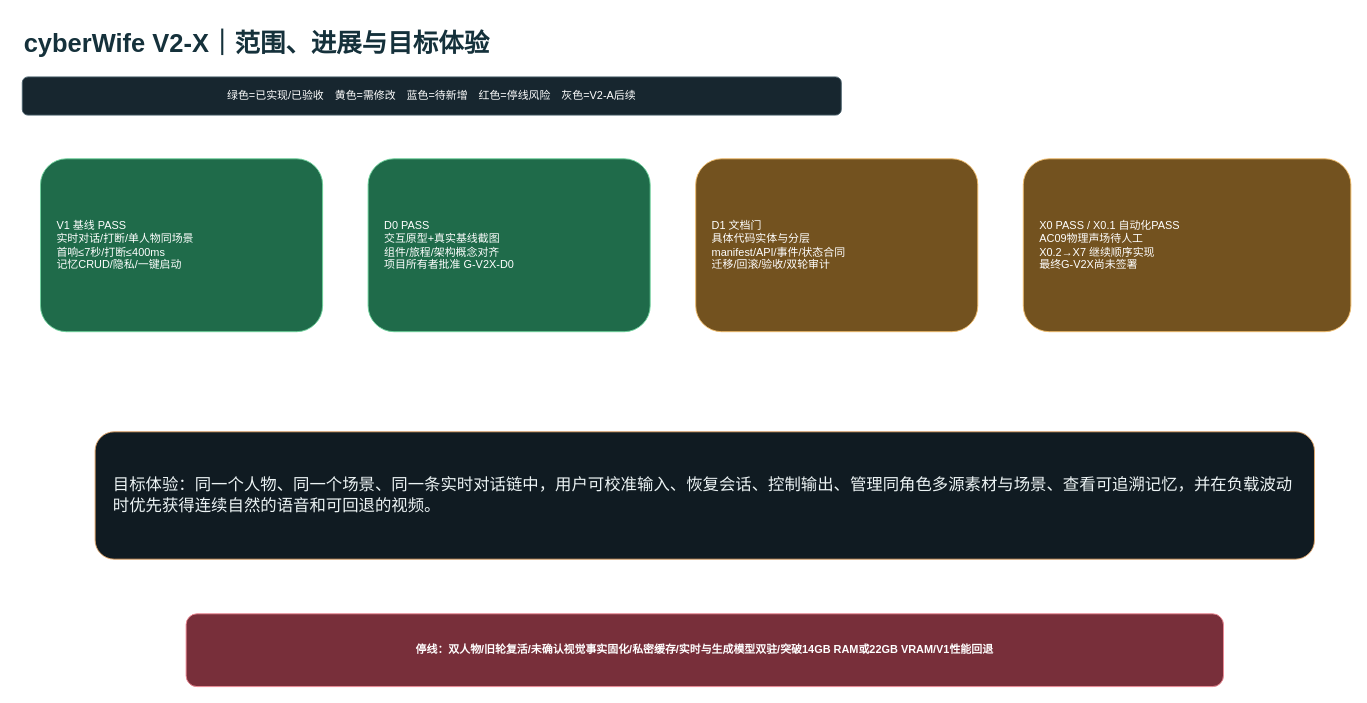
The draw.io diagram page "01-范围进展与目标体验" (1 of 8) of docs/architecture/v2-x-gap.drawio in ljx418/cyberWife, before the edit. Source tidied: cells renumbered, new cells numbered last; positions are measured from the earlier drawing's top-left corner, leaving out a move shared by most shapes. Both pictures are drawn from the tidied source at 91%, with x=0, y=0 at pixel (22, 22).
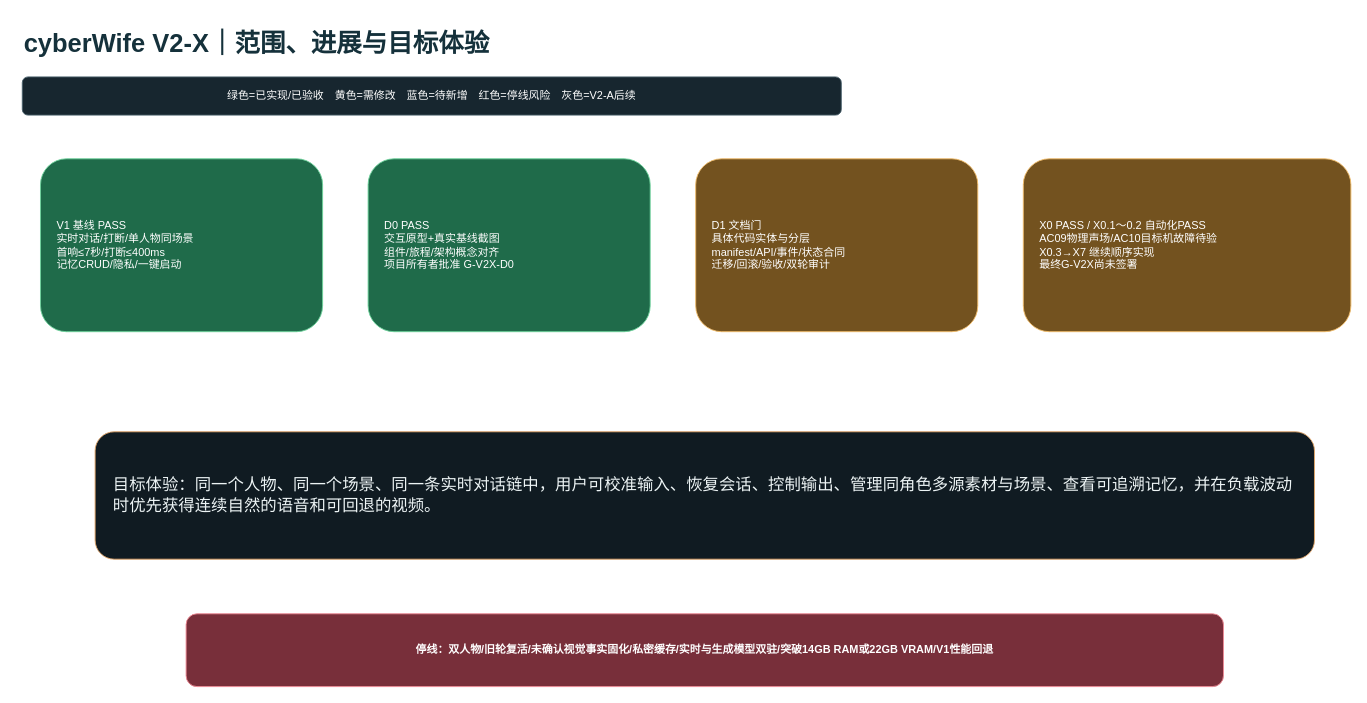
The same page after the edit.

The edit, as a diff of the source:
```diff
@@
 <mxGraphModel>
   <root>
     <mxCell id="0" />
     <mxCell id="1" parent="0" />
     <mxCell id="2" value="cyberWife V2-X｜范围、进展与目标体验" style="text;html=1;fontSize=28;fontStyle=1;fontColor=#15313B;" parent="1" vertex="1">
       <mxGeometry width="1200" height="50" as="geometry" />
     </mxCell>
     <mxCell id="3" value="绿色=已实现/已验收　黄色=需修改　蓝色=待新增　红色=停线风险　灰色=V2-A后续" style="rounded=1;whiteSpace=wrap;html=1;fillColor=#17262F;strokeColor=#49606C;fontColor=#FFFFFF;" parent="1" vertex="1">
       <mxGeometry y="60" width="900" height="42" as="geometry" />
     </mxCell>
     <mxCell id="4" value="V1 基线 PASS&#10;实时对话/打断/单人物同场景&#10;首响≤7秒/打断≤400ms&#10;记忆CRUD/隐私/一键启动" style="rounded=1;whiteSpace=wrap;html=1;fillColor=#1F6B4A;strokeColor=#6ED39C;fontColor=#FFFFFF;align=left;spacing=18;" parent="1" vertex="1">
       <mxGeometry x="20" y="150" width="310" height="190" as="geometry" />
     </mxCell>
     <mxCell id="5" value="D0 PASS&#10;交互原型+真实基线截图&#10;组件/旅程/架构概念对齐&#10;项目所有者批准 G-V2X-D0" style="rounded=1;whiteSpace=wrap;html=1;fillColor=#1F6B4A;strokeColor=#6ED39C;fontColor=#FFFFFF;align=left;spacing=18;" parent="1" vertex="1">
       <mxGeometry x="380" y="150" width="310" height="190" as="geometry" />
     </mxCell>
     <mxCell id="6" value="D1 文档门&#10;具体代码实体与分层&#10;manifest/API/事件/状态合同&#10;迁移/回滚/验收/双轮审计" style="rounded=1;whiteSpace=wrap;html=1;fillColor=#73521F;strokeColor=#F2BD6B;fontColor=#FFFFFF;align=left;spacing=18;" parent="1" vertex="1">
       <mxGeometry x="740" y="150" width="310" height="190" as="geometry" />
     </mxCell>
-    <mxCell id="7" value="X0 PASS / X0.1 自动化PASS&#10;AC09物理声场待人工&#10;X0.2→X7 继续顺序实现&#10;最终G-V2X尚未签署" style="rounded=1;whiteSpace=wrap;html=1;fillColor=#73521F;strokeColor=#F2BD6B;fontColor=#FFFFFF;align=left;spacing=18;" parent="1" vertex="1">
+    <mxCell id="7" value="X0 PASS / X0.1～0.2 自动化PASS&#10;AC09物理声场/AC10目标机故障待验&#10;X0.3→X7 继续顺序实现&#10;最终G-V2X尚未签署" style="rounded=1;whiteSpace=wrap;html=1;fillColor=#73521F;strokeColor=#F2BD6B;fontColor=#FFFFFF;align=left;spacing=18;" parent="1" vertex="1">
       <mxGeometry x="1100" y="150" width="360" height="190" as="geometry" />
     </mxCell>
     <mxCell id="8" value="目标体验：同一个人物、同一个场景、同一条实时对话链中，用户可校准输入、恢复会话、控制输出、管理同角色多源素材与场景、查看可追溯记忆，并在负载波动时优先获得连续自然的语音和可回退的视频。" style="rounded=1;whiteSpace=wrap;html=1;fillColor=#101B22;strokeColor=#E4A668;fontColor=#EDF4F5;fontSize=18;align=left;spacing=20;" parent="1" vertex="1">
       <mxGeometry x="80" y="450" width="1340" height="140" as="geometry" />
     </mxCell>
     <mxCell id="9" value="停线：双人物/旧轮复活/未确认视觉事实固化/私密缓存/实时与生成模型双驻/突破14GB RAM或22GB VRAM/V1性能回退" style="rounded=1;whiteSpace=wrap;html=1;fillColor=#782F3A;strokeColor=#F08A96;fontColor=#FFFFFF;fontStyle=1;" parent="1" vertex="1">
       <mxGeometry x="180" y="650" width="1140" height="80" as="geometry" />
     </mxCell>
     <mxCell id="10" style="edgeStyle=orthogonalEdgeStyle;strokeColor=#8AA0A9;endArrow=block;" parent="1" edge="1" source="4" target="5" />
     <mxCell id="11" style="edgeStyle=orthogonalEdgeStyle;strokeColor=#8AA0A9;endArrow=block;" parent="1" edge="1" source="5" target="6" />
     <mxCell id="12" style="edgeStyle=orthogonalEdgeStyle;strokeColor=#8AA0A9;endArrow=block;" parent="1" edge="1" source="6" target="7" />
   </root>
 </mxGraphModel>
```
